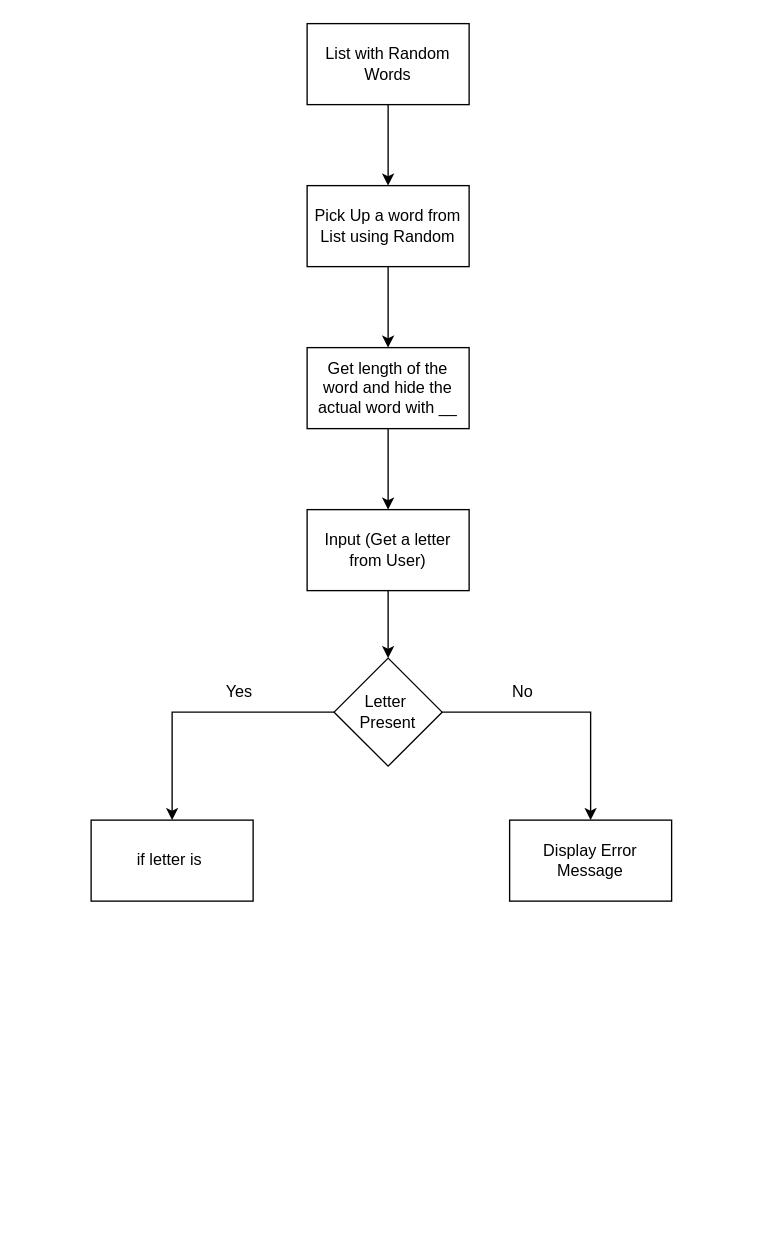
Before: py_hangman.drawio in GaneshPrakaash/myspace, a draw.io diagram. Source tidied: cells renumbered, new cells numbered last; positions are measured from the earlier drawing's top-left corner, leaving out a move shared by most shapes. Both pictures are drawn from the tidied source at 135%, with x=0, y=0 at pixel (90, 23).
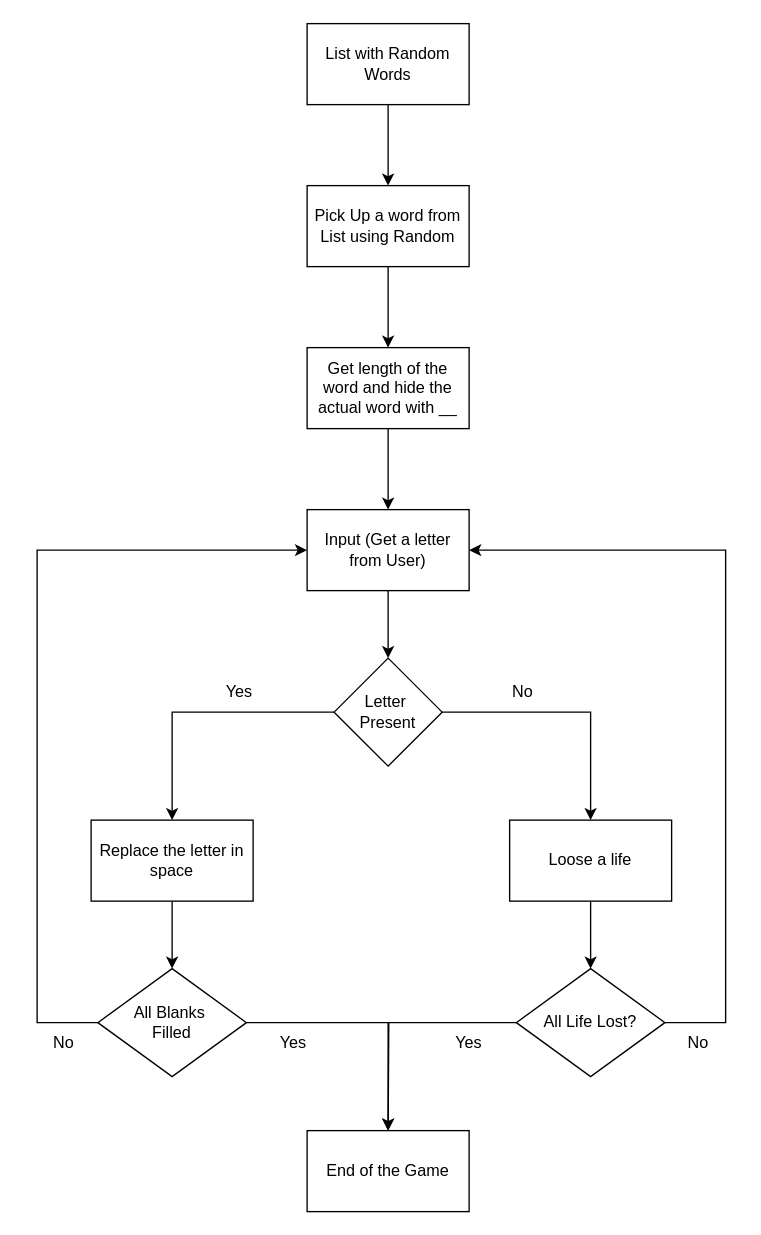
After the change.

The change refers to these unchanged cells:
```xml
<mxCell id="9" value="Input (Get a letter from User)" style="rounded=0;whiteSpace=wrap;html=1;" parent="1" vertex="1">
  <mxGeometry x="160" y="360" width="120" height="60" as="geometry" />
</mxCell>
```

The edit, as a diff of the source:
```diff
@@
+    <mxCell id="17" style="edgeStyle=orthogonalEdgeStyle;rounded=0;jettySize=auto;html=1;entryX=0.5;entryY=0;entryDx=0;entryDy=0;" parent="1" edge="1" source="10" target="21">
+      <mxGeometry relative="1" as="geometry" />
+    </mxCell>
-    <mxCell id="10" value="if letter is&amp;nbsp;" style="rounded=0;whiteSpace=wrap;html=1;" parent="1" vertex="1">
+    <mxCell id="10" value="Replace the letter in space" style="rounded=0;whiteSpace=wrap;html=1;" parent="1" vertex="1">
       <mxGeometry y="590" width="120" height="60" as="geometry" />
     </mxCell>
@@
+    <mxCell id="18" style="edgeStyle=orthogonalEdgeStyle;rounded=0;jettySize=auto;html=1;" parent="1" edge="1" source="15" target="24">
+      <mxGeometry relative="1" as="geometry" />
+    </mxCell>
-    <mxCell id="15" value="Display Error Message" style="rounded=0;whiteSpace=wrap;html=1;" parent="1" vertex="1">
+    <mxCell id="15" value="Loose a life" style="rounded=0;whiteSpace=wrap;html=1;" parent="1" vertex="1">
       <mxGeometry x="310" y="590" width="120" height="60" as="geometry" />
     </mxCell>
@@
+    <mxCell id="19" style="edgeStyle=orthogonalEdgeStyle;rounded=0;jettySize=auto;html=1;entryX=0;entryY=0.5;entryDx=0;entryDy=0;" parent="1" edge="1" source="21" target="9">
+      <mxGeometry relative="1" as="geometry">
+        <Array as="points">
+          <mxPoint x="-40" y="740" />
+          <mxPoint x="-40" y="390" />
+        </Array>
+      </mxGeometry>
+    </mxCell>
+    <mxCell id="20" style="edgeStyle=orthogonalEdgeStyle;rounded=0;jettySize=auto;html=1;" parent="1" edge="1" source="21" target="27">
+      <mxGeometry relative="1" as="geometry" />
+    </mxCell>
+    <mxCell id="21" value="All Blanks&amp;nbsp;&lt;div&gt;Filled&lt;/div&gt;" style="rhombus;whiteSpace=wrap;html=1;" parent="1" vertex="1">
+      <mxGeometry x="5" y="700" width="110" height="80" as="geometry" />
+    </mxCell>
+    <mxCell id="22" style="edgeStyle=orthogonalEdgeStyle;rounded=0;jettySize=auto;html=1;" parent="1" edge="1" source="24" target="9">
+      <mxGeometry relative="1" as="geometry">
+        <Array as="points">
+          <mxPoint x="470" y="740" />
+          <mxPoint x="470" y="390" />
+        </Array>
+      </mxGeometry>
+    </mxCell>
+    <mxCell id="23" style="edgeStyle=orthogonalEdgeStyle;rounded=0;jettySize=auto;html=1;" parent="1" edge="1" source="24">
+      <mxGeometry relative="1" as="geometry">
+        <mxPoint x="220" y="820" as="targetPoint" />
+      </mxGeometry>
+    </mxCell>
+    <mxCell id="24" value="All Life Lost?" style="rhombus;whiteSpace=wrap;html=1;" parent="1" vertex="1">
+      <mxGeometry x="315" y="700" width="110" height="80" as="geometry" />
+    </mxCell>
+    <mxCell id="25" value="No" style="text;html=1;align=center;verticalAlign=middle;whiteSpace=wrap;rounded=0;" parent="1" vertex="1">
+      <mxGeometry x="-50" y="740" width="60" height="30" as="geometry" />
+    </mxCell>
+    <mxCell id="26" value="No" style="text;html=1;align=center;verticalAlign=middle;whiteSpace=wrap;rounded=0;" parent="1" vertex="1">
+      <mxGeometry x="420" y="740" width="60" height="30" as="geometry" />
+    </mxCell>
+    <mxCell id="27" value="End of the Game" style="rounded=0;whiteSpace=wrap;html=1;" parent="1" vertex="1">
+      <mxGeometry x="160" y="820" width="120" height="60" as="geometry" />
+    </mxCell>
+    <mxCell id="28" value="Yes" style="text;html=1;align=center;verticalAlign=middle;whiteSpace=wrap;rounded=0;" parent="1" vertex="1">
+      <mxGeometry x="120" y="740" width="60" height="30" as="geometry" />
+    </mxCell>
+    <mxCell id="29" value="Yes" style="text;html=1;align=center;verticalAlign=middle;whiteSpace=wrap;rounded=0;" parent="1" vertex="1">
+      <mxGeometry x="250" y="740" width="60" height="30" as="geometry" />
+    </mxCell>
```
